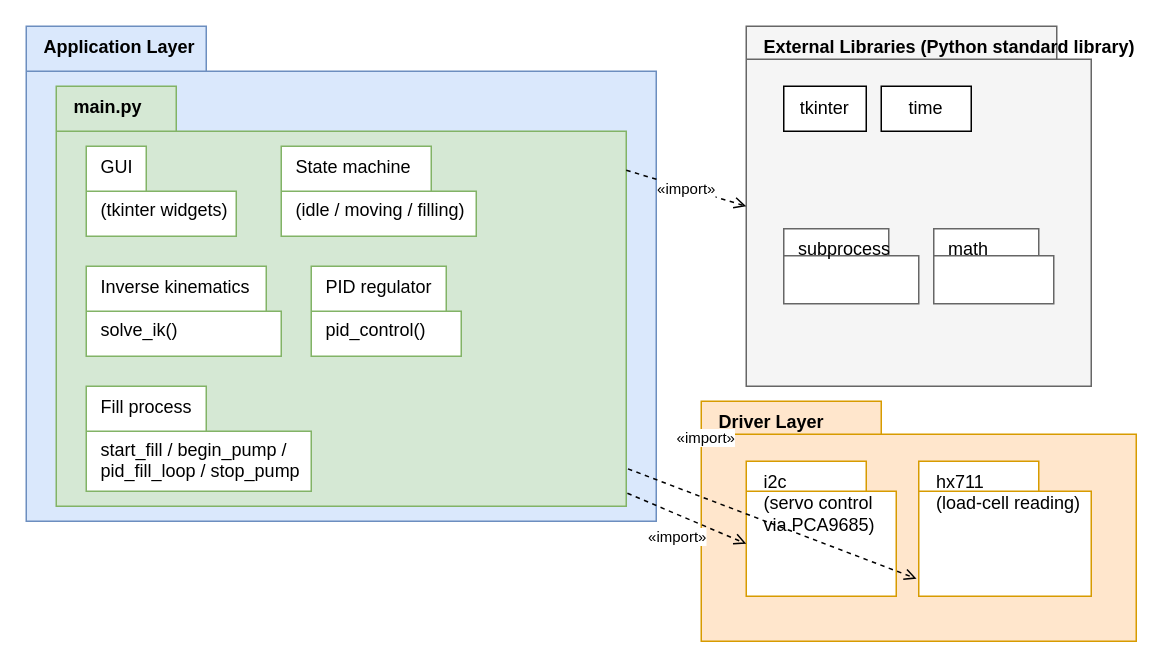
Earlier version of the draw.io diagram Diagramer/PackageDiagram.drawio (Nikdane12/Innebygde-Systemer-Semester-Projektet). Source tidied: cells renumbered, new cells numbered last; positions are measured from the earlier drawing's top-left corner, leaving out a move shared by most shapes. Both pictures are drawn from the tidied source at 150%, with x=0, y=0 at pixel (26, 26).
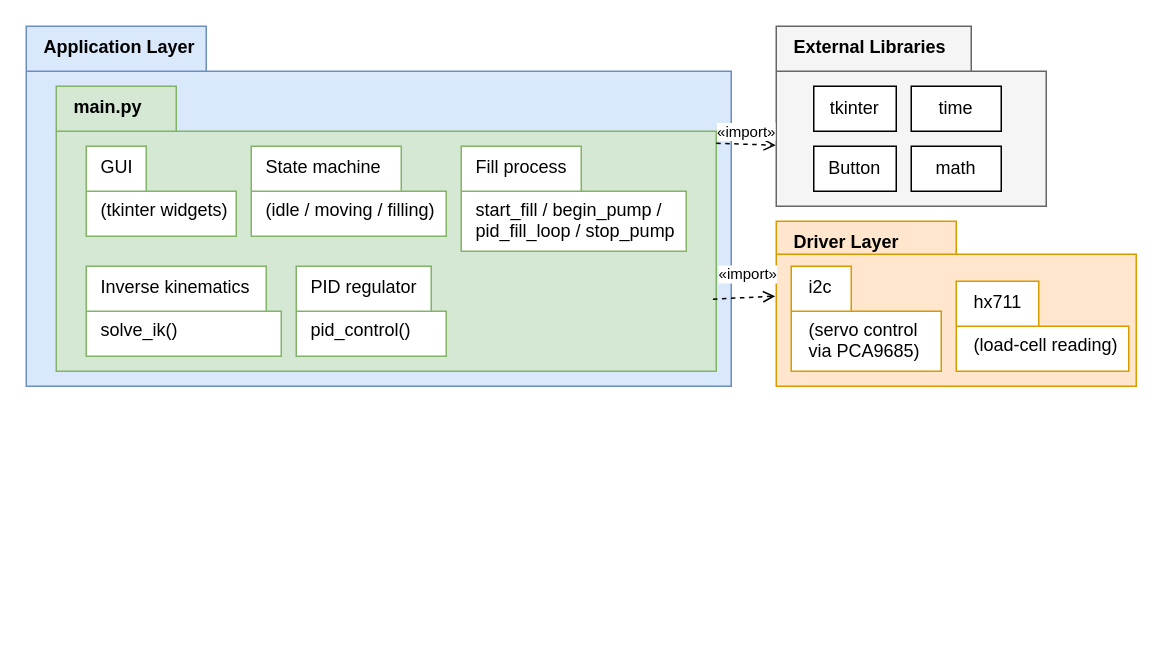
After the change.

What changed in the source:
```diff
@@
 <mxGraphModel>
   <root>
     <mxCell id="0" />
     <mxCell id="1" parent="0" />
     <mxCell id="2" value="Application Layer" style="shape=folder;fontStyle=1;tabWidth=120;tabHeight=30;tabPosition=left;html=1;verticalAlign=top;align=left;spacingLeft=10;fillColor=#dae8fc;strokeColor=#6c8ebf;" parent="1" vertex="1">
-      <mxGeometry width="420" height="330" as="geometry" />
+      <mxGeometry width="470" height="240" as="geometry" />
     </mxCell>
     <mxCell id="3" value="main.py" style="shape=folder;fontStyle=1;tabWidth=80;tabHeight=30;tabPosition=left;html=1;verticalAlign=top;align=left;spacingLeft=10;fillColor=#d5e8d4;strokeColor=#82b366;" parent="1" vertex="1">
-      <mxGeometry x="20" y="40" width="380" height="280" as="geometry" />
+      <mxGeometry x="20" y="40" width="440" height="190" as="geometry" />
     </mxCell>
     <mxCell id="4" value="&lt;div&gt;GUI&lt;/div&gt;&lt;div&gt;&lt;br&gt;&lt;/div&gt;(tkinter widgets)" style="shape=folder;tabWidth=40;tabHeight=30;tabPosition=left;html=1;verticalAlign=top;align=left;spacingLeft=8;fillColor=#ffffff;strokeColor=#82b366;" parent="1" vertex="1">
       <mxGeometry x="40" y="80" width="100" height="60" as="geometry" />
     </mxCell>
     <mxCell id="5" value="&lt;div&gt;State machine&lt;/div&gt;&lt;div&gt;&lt;br&gt;&lt;/div&gt;(idle / moving / filling)" style="shape=folder;tabWidth=100;tabHeight=30;tabPosition=left;html=1;verticalAlign=top;align=left;spacingLeft=8;fillColor=#ffffff;strokeColor=#82b366;" parent="1" vertex="1">
-      <mxGeometry x="170" y="80" width="130" height="60" as="geometry" />
+      <mxGeometry x="150" y="80" width="130" height="60" as="geometry" />
     </mxCell>
     <mxCell id="6" value="&lt;div&gt;Inverse kinematics&lt;/div&gt;&lt;div&gt;&lt;br&gt;&lt;/div&gt;solve_ik()" style="shape=folder;tabWidth=120;tabHeight=30;tabPosition=left;html=1;verticalAlign=top;align=left;spacingLeft=8;fillColor=#ffffff;strokeColor=#82b366;" parent="1" vertex="1">
       <mxGeometry x="40" y="160" width="130" height="60" as="geometry" />
     </mxCell>
     <mxCell id="7" value="&lt;div&gt;PID regulator&lt;/div&gt;&lt;div&gt;&lt;br&gt;&lt;/div&gt;pid_control()" style="shape=folder;tabWidth=90;tabHeight=30;tabPosition=left;html=1;verticalAlign=top;align=left;spacingLeft=8;fillColor=#ffffff;strokeColor=#82b366;" parent="1" vertex="1">
-      <mxGeometry x="190" y="160" width="100" height="60" as="geometry" />
+      <mxGeometry x="180" y="160" width="100" height="60" as="geometry" />
     </mxCell>
     <mxCell id="8" value="&lt;div&gt;Fill process&lt;/div&gt;&lt;div&gt;&lt;br&gt;&lt;/div&gt;start_fill / begin_pump /&lt;br&gt;pid_fill_loop / stop_pump" style="shape=folder;tabWidth=80;tabHeight=30;tabPosition=left;html=1;verticalAlign=top;align=left;spacingLeft=8;fillColor=#ffffff;strokeColor=#82b366;" parent="1" vertex="1">
-      <mxGeometry x="40" y="240" width="150" height="70" as="geometry" />
+      <mxGeometry x="290" y="80" width="150" height="70" as="geometry" />
     </mxCell>
     <mxCell id="9" value="Driver Layer" style="shape=folder;fontStyle=1;tabWidth=120;tabHeight=22;tabPosition=left;html=1;verticalAlign=top;align=left;spacingLeft=10;fillColor=#ffe6cc;strokeColor=#d79b00;" parent="1" vertex="1">
-      <mxGeometry x="450" y="250" width="290" height="160" as="geometry" />
+      <mxGeometry x="500" y="130" width="240" height="110" as="geometry" />
     </mxCell>
-    <mxCell id="10" value="i2c&lt;br&gt;&lt;div&gt;(servo control&amp;nbsp;&lt;/div&gt;&lt;div&gt;via PCA9685)&lt;/div&gt;" style="shape=folder;tabWidth=80;tabHeight=20;tabPosition=left;html=1;verticalAlign=top;align=left;spacingLeft=10;fillColor=#ffffff;strokeColor=#d79b00;" parent="1" vertex="1">
-      <mxGeometry x="480" y="290" width="100" height="90" as="geometry" />
+    <mxCell id="10" value="&lt;div&gt;i2c&lt;/div&gt;&lt;div&gt;&lt;br&gt;&lt;/div&gt;&lt;div&gt;(servo control&amp;nbsp;&lt;/div&gt;&lt;div&gt;via PCA9685)&lt;/div&gt;" style="shape=folder;tabWidth=40;tabHeight=30;tabPosition=left;html=1;verticalAlign=top;align=left;spacingLeft=10;fillColor=#ffffff;strokeColor=#d79b00;" parent="1" vertex="1">
+      <mxGeometry x="510" y="160" width="100" height="70" as="geometry" />
     </mxCell>
-    <mxCell id="11" value="hx711&#10;(load-cell reading)" style="shape=folder;tabWidth=80;tabHeight=20;tabPosition=left;html=1;verticalAlign=top;align=left;spacingLeft=10;fillColor=#ffffff;strokeColor=#d79b00;" parent="1" vertex="1">
-      <mxGeometry x="595" y="290" width="115" height="90" as="geometry" />
+    <mxCell id="11" value="&lt;div&gt;hx711&lt;/div&gt;&lt;div&gt;&lt;br&gt;&lt;/div&gt;(load-cell reading)" style="shape=folder;tabWidth=55;tabHeight=30;tabPosition=left;html=1;verticalAlign=top;align=left;spacingLeft=10;fillColor=#ffffff;strokeColor=#d79b00;" parent="1" vertex="1">
+      <mxGeometry x="620" y="170" width="115" height="60" as="geometry" />
     </mxCell>
-    <mxCell id="12" value="External Libraries (Python standard library)" style="shape=folder;fontStyle=1;tabWidth=260;tabHeight=22;tabPosition=left;html=1;verticalAlign=top;align=left;spacingLeft=10;fillColor=#f5f5f5;strokeColor=#666666;" parent="1" vertex="1">
-      <mxGeometry x="480" width="230" height="240" as="geometry" />
+    <mxCell id="12" value="External Libraries" style="shape=folder;fontStyle=1;tabWidth=130;tabHeight=30;tabPosition=left;html=1;verticalAlign=top;align=left;spacingLeft=10;fillColor=#f5f5f5;strokeColor=#666666;" parent="1" vertex="1">
+      <mxGeometry x="500" width="180" height="120" as="geometry" />
     </mxCell>
-    <mxCell id="13" value="subprocess" style="shape=folder;tabWidth=70;tabHeight=18;tabPosition=left;html=1;verticalAlign=top;align=left;spacingLeft=8;fillColor=#ffffff;strokeColor=#666666;" parent="1" vertex="1">
-      <mxGeometry x="505" y="135" width="90" height="50" as="geometry" />
-    </mxCell>
-    <mxCell id="14" value="math" style="shape=folder;tabWidth=70;tabHeight=18;tabPosition=left;html=1;verticalAlign=top;align=left;spacingLeft=8;fillColor=#ffffff;strokeColor=#666666;" parent="1" vertex="1">
-      <mxGeometry x="605" y="135" width="80" height="50" as="geometry" />
-    </mxCell>
-    <mxCell id="15" value="«import»" style="endArrow=open;endFill=0;dashed=1;html=1;fontSize=10;entryX=0;entryY=0;entryDx=0;entryDy=55;entryPerimeter=0;exitX=1.002;exitY=0.969;exitDx=0;exitDy=0;exitPerimeter=0;" parent="1" edge="1" source="3" target="10">
-      <mxGeometry x="-0.03" y="-13" relative="1" as="geometry" />
-    </mxCell>
-    <mxCell id="16" value="«import»" style="endArrow=open;endFill=0;dashed=1;html=1;fontSize=10;entryX=-0.013;entryY=0.87;entryDx=0;entryDy=0;exitX=1.003;exitY=0.911;exitDx=0;exitDy=0;exitPerimeter=0;entryPerimeter=0;" parent="1" edge="1" source="3" target="11">
-      <mxGeometry x="-0.6" y="38" relative="1" as="geometry" />
+    <mxCell id="16" value="«import»" style="endArrow=open;endFill=0;dashed=1;html=1;fontSize=10;entryX=-0.003;entryY=0.454;entryDx=0;entryDy=0;entryPerimeter=0;exitX=0.995;exitY=0.747;exitDx=0;exitDy=0;exitPerimeter=0;" parent="1" edge="1" source="3" target="9">
+      <mxGeometry x="0.14" y="16" relative="1" as="geometry" />
     </mxCell>
-    <mxCell id="17" value="«import»" style="endArrow=open;endFill=0;dashed=1;html=1;fontSize=10;exitX=1;exitY=0.2;exitDx=0;exitDy=0;entryX=0;entryY=0.5;entryDx=0;entryDy=0;" parent="1" edge="1" source="3" target="12">
-      <mxGeometry relative="1" as="geometry" />
+    <mxCell id="17" value="«import»" style="endArrow=open;endFill=0;dashed=1;html=1;fontSize=10;exitX=1;exitY=0.2;exitDx=0;exitDy=0;entryX=-0.002;entryY=0.661;entryDx=0;entryDy=0;entryPerimeter=0;" parent="1" edge="1" source="3" target="12">
+      <mxGeometry x="-0.01" y="9" relative="1" as="geometry" />
     </mxCell>
     <mxCell id="18" value="tkinter" style="rounded=0;whiteSpace=wrap;html=1;" parent="1" vertex="1">
-      <mxGeometry x="505" y="40" width="55" height="30" as="geometry" />
+      <mxGeometry x="525" y="40" width="55" height="30" as="geometry" />
     </mxCell>
     <mxCell id="19" value="time" style="rounded=0;whiteSpace=wrap;html=1;" parent="1" vertex="1">
-      <mxGeometry x="570" y="40" width="60" height="30" as="geometry" />
+      <mxGeometry x="590" y="40" width="60" height="30" as="geometry" />
     </mxCell>
+    <mxCell id="20" value="Button" style="rounded=0;whiteSpace=wrap;html=1;" parent="1" vertex="1">
+      <mxGeometry x="525" y="80" width="55" height="30" as="geometry" />
+    </mxCell>
+    <mxCell id="14" value="math" style="rounded=0;whiteSpace=wrap;html=1;" parent="1" vertex="1">
+      <mxGeometry x="590" y="80" width="60" height="30" as="geometry" />
+    </mxCell>
   </root>
 </mxGraphModel>
```
